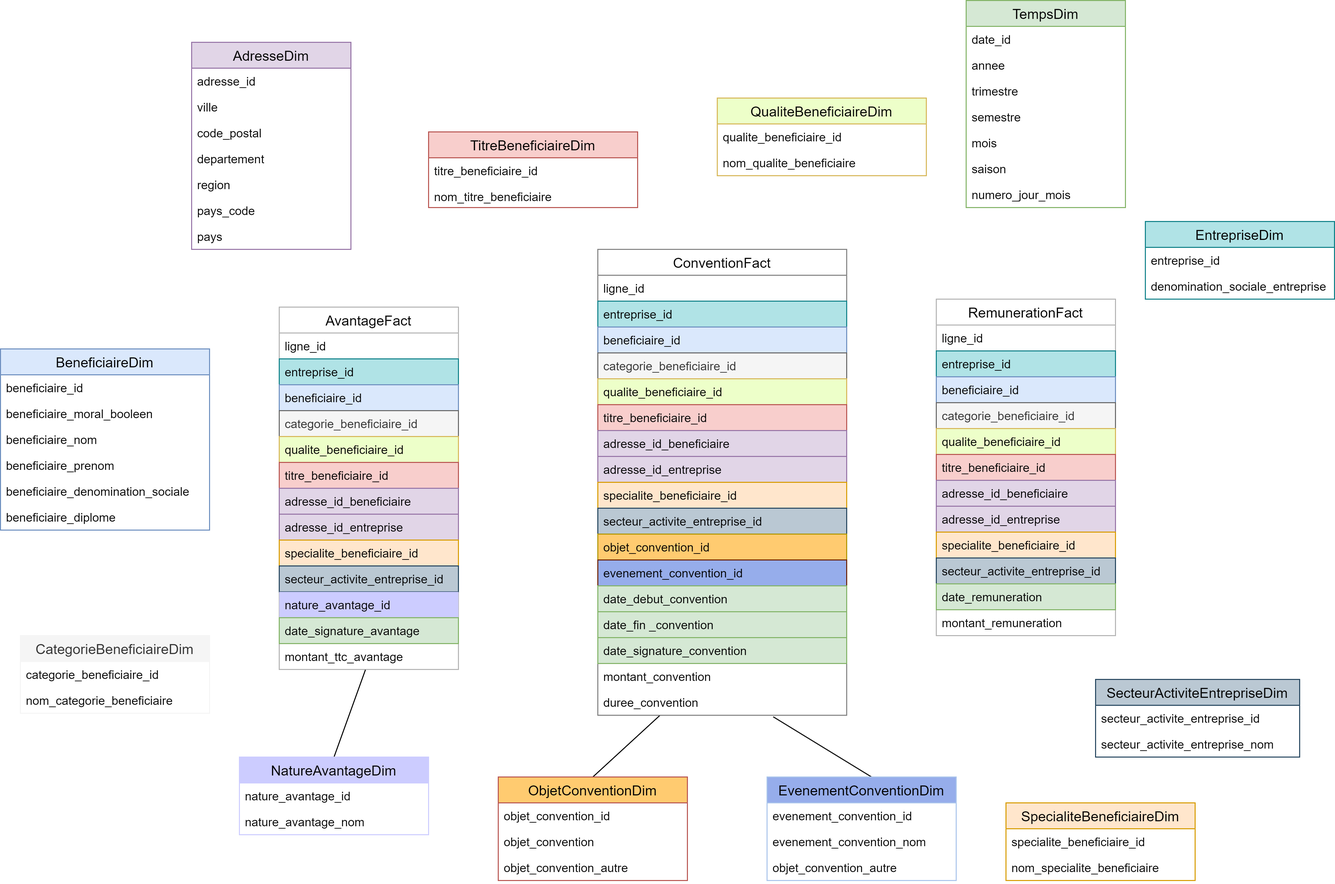
This is doc/img/dw.png from DorianNaaji/Transparence-Sante, a draw.io export, as it was before one commit. Source tidied: cells renumbered, new cells last; positions are measured from the earlier drawing's top-left corner, leaving out a move shared by most shapes.
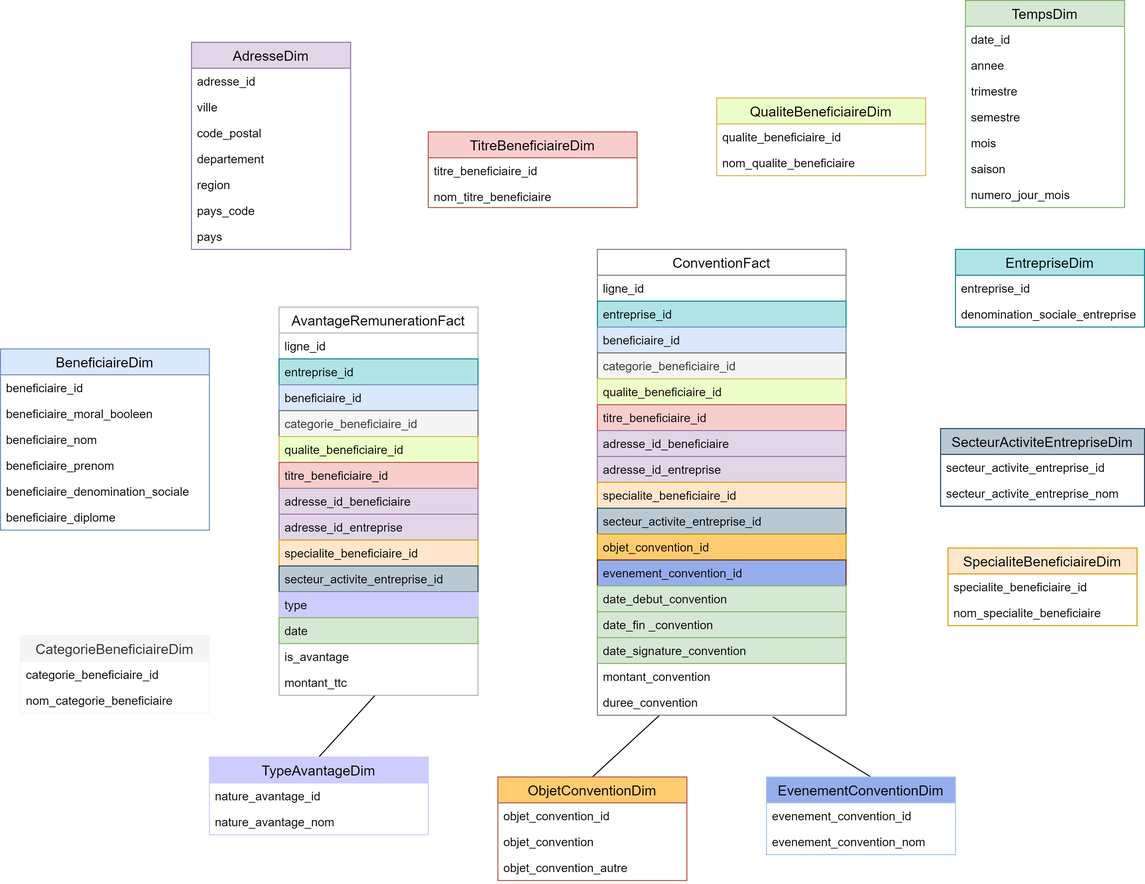
Later version of the same file.

Change to the diagram source:
```diff
@@ -26,98 +26,62 @@
     <mxCell id="9" value="pays" style="text;strokeColor=none;fillColor=none;spacingLeft=4;spacingRight=4;overflow=hidden;fontSize=12;" parent="2" vertex="1">
       <mxGeometry y="182" width="160" height="26" as="geometry" />
     </mxCell>
-    <mxCell id="10" value="AvantageFact" style="swimlane;fontStyle=0;horizontal=1;startSize=26;align=center;fontSize=14;fillColor=none;strokeColor=#B3B3B3;" parent="1" vertex="1">
-      <mxGeometry x="280" y="308" width="180" height="364" as="geometry" />
+    <mxCell id="10" value="AvantageRemunerationFact" style="swimlane;fontStyle=0;horizontal=1;startSize=26;align=center;fontSize=14;fillColor=none;strokeColor=#B3B3B3;" parent="1" vertex="1">
+      <mxGeometry x="280" y="308" width="200" height="390" as="geometry" />
     </mxCell>
     <mxCell id="11" value="ligne_id" style="text;strokeColor=none;fillColor=none;spacingLeft=4;spacingRight=4;overflow=hidden;fontSize=12;" parent="10" vertex="1">
-      <mxGeometry y="26" width="180" height="26" as="geometry" />
+      <mxGeometry y="26" width="200" height="26" as="geometry" />
     </mxCell>
     <mxCell id="12" value="entreprise_id" style="text;strokeColor=#0e8088;fillColor=#b0e3e6;spacingLeft=4;spacingRight=4;overflow=hidden;fontSize=12;" parent="10" vertex="1">
-      <mxGeometry y="52" width="180" height="26" as="geometry" />
+      <mxGeometry y="52" width="200" height="26" as="geometry" />
     </mxCell>
     <mxCell id="13" value="beneficiaire_id" style="text;strokeColor=#6c8ebf;fillColor=#dae8fc;spacingLeft=4;spacingRight=4;overflow=hidden;fontSize=12;" parent="10" vertex="1">
-      <mxGeometry y="78" width="180" height="26" as="geometry" />
+      <mxGeometry y="78" width="200" height="26" as="geometry" />
     </mxCell>
     <mxCell id="14" value="categorie_beneficiaire_id" style="text;strokeColor=#666666;fillColor=#f5f5f5;spacingLeft=4;spacingRight=4;overflow=hidden;fontSize=12;fontColor=#333333;" parent="10" vertex="1">
-      <mxGeometry y="104" width="180" height="26" as="geometry" />
+      <mxGeometry y="104" width="200" height="26" as="geometry" />
     </mxCell>
     <mxCell id="15" value="qualite_beneficiaire_id" style="text;strokeColor=#d6b656;fillColor=#EDFFC9;spacingLeft=4;spacingRight=4;overflow=hidden;fontSize=12;" parent="10" vertex="1">
-      <mxGeometry y="130" width="180" height="26" as="geometry" />
+      <mxGeometry y="130" width="200" height="26" as="geometry" />
     </mxCell>
     <mxCell id="16" value="titre_beneficiaire_id" style="text;strokeColor=#b85450;fillColor=#f8cecc;spacingLeft=4;spacingRight=4;overflow=hidden;fontSize=12;" parent="10" vertex="1">
-      <mxGeometry y="156" width="180" height="26" as="geometry" />
+      <mxGeometry y="156" width="200" height="26" as="geometry" />
     </mxCell>
     <mxCell id="17" value="adresse_id_beneficiaire" style="text;strokeColor=#9673a6;fillColor=#e1d5e7;spacingLeft=4;spacingRight=4;overflow=hidden;fontSize=12;" parent="10" vertex="1">
-      <mxGeometry y="182" width="180" height="26" as="geometry" />
+      <mxGeometry y="182" width="200" height="26" as="geometry" />
     </mxCell>
     <mxCell id="18" value="adresse_id_entreprise" style="text;strokeColor=#9673a6;fillColor=#e1d5e7;spacingLeft=4;spacingRight=4;overflow=hidden;fontSize=12;" parent="10" vertex="1">
-      <mxGeometry y="208" width="180" height="26" as="geometry" />
+      <mxGeometry y="208" width="200" height="26" as="geometry" />
     </mxCell>
     <mxCell id="19" value="specialite_beneficiaire_id" style="text;strokeColor=#d79b00;fillColor=#ffe6cc;spacingLeft=4;spacingRight=4;overflow=hidden;fontSize=12;" parent="10" vertex="1">
-      <mxGeometry y="234" width="180" height="26" as="geometry" />
+      <mxGeometry y="234" width="200" height="26" as="geometry" />
     </mxCell>
     <mxCell id="20" value="secteur_activite_entreprise_id" style="text;strokeColor=#23445d;fillColor=#bac8d3;spacingLeft=4;spacingRight=4;overflow=hidden;fontSize=12;" parent="10" vertex="1">
-      <mxGeometry y="260" width="180" height="26" as="geometry" />
+      <mxGeometry y="260" width="200" height="26" as="geometry" />
     </mxCell>
-    <mxCell id="21" value="nature_avantage_id" style="text;strokeColor=none;fillColor=#CCCCFF;spacingLeft=4;spacingRight=4;overflow=hidden;fontSize=12;" parent="10" vertex="1">
-      <mxGeometry y="286" width="180" height="26" as="geometry" />
+    <mxCell id="21" value="type" style="text;strokeColor=none;fillColor=#CCCCFF;spacingLeft=4;spacingRight=4;overflow=hidden;fontSize=12;" parent="10" vertex="1">
+      <mxGeometry y="286" width="200" height="26" as="geometry" />
     </mxCell>
-    <mxCell id="22" value="date_signature_avantage" style="text;strokeColor=#82b366;fillColor=#d5e8d4;spacingLeft=4;spacingRight=4;overflow=hidden;fontSize=12;" parent="10" vertex="1">
-      <mxGeometry y="312" width="180" height="26" as="geometry" />
+    <mxCell id="22" value="date" style="text;strokeColor=#82b366;fillColor=#d5e8d4;spacingLeft=4;spacingRight=4;overflow=hidden;fontSize=12;" parent="10" vertex="1">
+      <mxGeometry y="312" width="200" height="26" as="geometry" />
     </mxCell>
+    <mxCell id="103" value="is_avantage" style="text;strokeColor=none;fillColor=none;spacingLeft=4;spacingRight=4;overflow=hidden;fontSize=12;" parent="10" vertex="1">
+      <mxGeometry y="338" width="200" height="26" as="geometry" />
+    </mxCell>
-    <mxCell id="23" value="montant_ttc_avantage" style="text;strokeColor=none;fillColor=none;spacingLeft=4;spacingRight=4;overflow=hidden;points=[[0,0.5],[1,0.5]];portConstraint=eastwest;fontSize=12;" parent="10" vertex="1">
-      <mxGeometry y="338" width="180" height="26" as="geometry" />
+    <mxCell id="23" value="montant_ttc" style="text;strokeColor=none;fillColor=none;spacingLeft=4;spacingRight=4;overflow=hidden;points=[[0,0.5],[1,0.5]];portConstraint=eastwest;fontSize=12;" parent="10" vertex="1">
+      <mxGeometry y="364" width="200" height="26" as="geometry" />
     </mxCell>
-    <mxCell id="24" value="RemunerationFact" style="swimlane;fontStyle=0;horizontal=1;startSize=26;align=center;fontSize=14;fillColor=none;strokeColor=#B3B3B3;" parent="1" vertex="1">
-      <mxGeometry x="940" y="300" width="180" height="338" as="geometry" />
-    </mxCell>
-    <mxCell id="25" value="ligne_id" style="text;strokeColor=none;fillColor=none;spacingLeft=4;spacingRight=4;overflow=hidden;fontSize=12;" parent="24" vertex="1">
-      <mxGeometry y="26" width="180" height="26" as="geometry" />
-    </mxCell>
-    <mxCell id="26" value="entreprise_id" style="text;strokeColor=#0e8088;fillColor=#b0e3e6;spacingLeft=4;spacingRight=4;overflow=hidden;fontSize=12;" parent="24" vertex="1">
-      <mxGeometry y="52" width="180" height="26" as="geometry" />
-    </mxCell>
-    <mxCell id="27" value="beneficiaire_id" style="text;strokeColor=#6c8ebf;fillColor=#dae8fc;spacingLeft=4;spacingRight=4;overflow=hidden;fontSize=12;" parent="24" vertex="1">
-      <mxGeometry y="78" width="180" height="26" as="geometry" />
-    </mxCell>
-    <mxCell id="28" value="categorie_beneficiaire_id" style="text;strokeColor=#666666;fillColor=#f5f5f5;spacingLeft=4;spacingRight=4;overflow=hidden;fontSize=12;fontColor=#333333;" parent="24" vertex="1">
-      <mxGeometry y="104" width="180" height="26" as="geometry" />
-    </mxCell>
-    <mxCell id="29" value="qualite_beneficiaire_id" style="text;strokeColor=#d6b656;fillColor=#EDFFC9;spacingLeft=4;spacingRight=4;overflow=hidden;fontSize=12;" parent="24" vertex="1">
-      <mxGeometry y="130" width="180" height="26" as="geometry" />
-    </mxCell>
-    <mxCell id="30" value="titre_beneficiaire_id" style="text;strokeColor=#b85450;fillColor=#f8cecc;spacingLeft=4;spacingRight=4;overflow=hidden;fontSize=12;" parent="24" vertex="1">
-      <mxGeometry y="156" width="180" height="26" as="geometry" />
-    </mxCell>
-    <mxCell id="31" value="adresse_id_beneficiaire" style="text;strokeColor=#9673a6;fillColor=#e1d5e7;spacingLeft=4;spacingRight=4;overflow=hidden;fontSize=12;" parent="24" vertex="1">
-      <mxGeometry y="182" width="180" height="26" as="geometry" />
-    </mxCell>
-    <mxCell id="32" value="adresse_id_entreprise" style="text;strokeColor=#9673a6;fillColor=#e1d5e7;spacingLeft=4;spacingRight=4;overflow=hidden;fontSize=12;" parent="24" vertex="1">
-      <mxGeometry y="208" width="180" height="26" as="geometry" />
-    </mxCell>
-    <mxCell id="33" value="specialite_beneficiaire_id" style="text;strokeColor=#d79b00;fillColor=#ffe6cc;spacingLeft=4;spacingRight=4;overflow=hidden;fontSize=12;" parent="24" vertex="1">
-      <mxGeometry y="234" width="180" height="26" as="geometry" />
-    </mxCell>
-    <mxCell id="34" value="secteur_activite_entreprise_id" style="text;strokeColor=#23445d;fillColor=#bac8d3;spacingLeft=4;spacingRight=4;overflow=hidden;fontSize=12;" parent="24" vertex="1">
-      <mxGeometry y="260" width="180" height="26" as="geometry" />
-    </mxCell>
-    <mxCell id="35" value="date_remuneration" style="text;strokeColor=#82b366;fillColor=#d5e8d4;spacingLeft=4;spacingRight=4;overflow=hidden;fontSize=12;" parent="24" vertex="1">
-      <mxGeometry y="286" width="180" height="26" as="geometry" />
-    </mxCell>
-    <mxCell id="36" value="montant_remuneration" style="text;strokeColor=none;fillColor=none;spacingLeft=4;spacingRight=4;overflow=hidden;fontSize=12;" parent="24" vertex="1">
-      <mxGeometry y="312" width="180" height="26" as="geometry" />
-    </mxCell>
     <mxCell id="37" style="edgeStyle=none;rounded=0;jettySize=auto;html=1;exitX=0.5;exitY=0;exitDx=0;exitDy=0;endArrow=none;endFill=0;entryX=0.481;entryY=1.013;entryDx=0;entryDy=0;entryPerimeter=0;" parent="1" edge="1" source="38" target="23">
       <mxGeometry relative="1" as="geometry" />
     </mxCell>
-    <mxCell id="38" value="NatureAvantageDim" style="swimlane;fontStyle=0;horizontal=1;startSize=26;align=center;fontSize=14;strokeColor=#CCCCFF;fillColor=#CCCCFF;" parent="1" vertex="1">
-      <mxGeometry x="240" y="760" width="190" height="78" as="geometry" />
+    <mxCell id="38" value="TypeAvantageDim" style="swimlane;fontStyle=0;horizontal=1;startSize=26;align=center;fontSize=14;strokeColor=#CCCCFF;fillColor=#CCCCFF;" parent="1" vertex="1">
+      <mxGeometry x="210" y="760" width="220" height="78" as="geometry" />
     </mxCell>
     <mxCell id="39" value="nature_avantage_id" style="text;strokeColor=none;fillColor=none;spacingLeft=4;spacingRight=4;overflow=hidden;fontSize=12;" parent="38" vertex="1">
-      <mxGeometry y="26" width="190" height="26" as="geometry" />
+      <mxGeometry y="26" width="220" height="26" as="geometry" />
     </mxCell>
     <mxCell id="40" value="nature_avantage_nom" style="text;strokeColor=none;fillColor=none;spacingLeft=4;spacingRight=4;overflow=hidden;fontSize=12;" parent="38" vertex="1">
-      <mxGeometry y="52" width="190" height="26" as="geometry" />
+      <mxGeometry y="52" width="220" height="26" as="geometry" />
     </mxCell>
     <mxCell id="41" style="edgeStyle=none;rounded=0;jettySize=auto;html=1;exitX=0.5;exitY=0;exitDx=0;exitDy=0;endArrow=none;endFill=0;entryX=0.25;entryY=1;entryDx=0;entryDy=0;" parent="1" edge="1" source="81" target="43">
       <mxGeometry relative="1" as="geometry" />
@@ -182,7 +146,7 @@
       <mxGeometry y="442" width="250" height="26" as="geometry" />
     </mxCell>
     <mxCell id="61" value="SecteurActiviteEntrepriseDim" style="swimlane;fontStyle=0;horizontal=1;startSize=26;align=center;fontSize=14;fillColor=#bac8d3;strokeColor=#23445d;" parent="1" vertex="1">
-      <mxGeometry x="1100" y="682" width="205" height="78" as="geometry" />
+      <mxGeometry x="945" y="430" width="205" height="78" as="geometry" />
     </mxCell>
     <mxCell id="62" value="secteur_activite_entreprise_id" style="text;strokeColor=none;fillColor=none;spacingLeft=4;spacingRight=4;overflow=hidden;fontSize=12;" parent="61" vertex="1">
       <mxGeometry y="26" width="205" height="26" as="geometry" />
@@ -191,7 +155,7 @@
       <mxGeometry y="52" width="205" height="26" as="geometry" />
     </mxCell>
     <mxCell id="64" value="SpecialiteBeneficiaireDim" style="swimlane;fontStyle=0;horizontal=1;startSize=26;align=center;fontSize=14;strokeColor=#d79b00;fillColor=#FFE6CC;" parent="1" vertex="1">
-      <mxGeometry x="1010" y="806" width="190" height="78" as="geometry" />
+      <mxGeometry x="952.5" y="550" width="190" height="78" as="geometry" />
     </mxCell>
     <mxCell id="65" value="specialite_beneficiaire_id" style="text;strokeColor=none;fillColor=none;spacingLeft=4;spacingRight=4;overflow=hidden;fontSize=12;" parent="64" vertex="1">
       <mxGeometry y="26" width="190" height="26" as="geometry" />
@@ -254,7 +218,7 @@
       <mxGeometry y="78" width="190" height="26" as="geometry" />
     </mxCell>
     <mxCell id="85" value="EntrepriseDim" style="swimlane;fontStyle=0;horizontal=1;startSize=26;align=center;fontSize=14;fillColor=#b0e3e6;strokeColor=#0e8088;" parent="1" vertex="1">
-      <mxGeometry x="1150" y="222" width="190" height="78" as="geometry" />
+      <mxGeometry x="960" y="250" width="190" height="78" as="geometry" />
     </mxCell>
     <mxCell id="86" value="entreprise_id" style="text;strokeColor=none;fillColor=none;spacingLeft=4;spacingRight=4;overflow=hidden;fontSize=12;" parent="85" vertex="1">
       <mxGeometry y="26" width="190" height="26" as="geometry" />
@@ -263,7 +227,7 @@
       <mxGeometry y="52" width="190" height="26" as="geometry" />
     </mxCell>
     <mxCell id="88" value="EvenementConventionDim" style="swimlane;fontStyle=0;horizontal=1;startSize=26;align=center;fontSize=14;strokeColor=#A9C4EB;fillColor=#96ADEB;" parent="1" vertex="1">
-      <mxGeometry x="770" y="780" width="190" height="104" as="geometry" />
+      <mxGeometry x="770" y="780" width="190" height="78" as="geometry" />
     </mxCell>
     <mxCell id="89" value="evenement_convention_id" style="text;strokeColor=none;fillColor=none;spacingLeft=4;spacingRight=4;overflow=hidden;fontSize=12;" parent="88" vertex="1">
       <mxGeometry y="26" width="190" height="26" as="geometry" />
@@ -271,9 +235,6 @@
     <mxCell id="90" value="evenement_convention_nom" style="text;strokeColor=none;fillColor=none;spacingLeft=4;spacingRight=4;overflow=hidden;fontSize=12;" parent="88" vertex="1">
       <mxGeometry y="52" width="190" height="26" as="geometry" />
     </mxCell>
-    <mxCell id="91" value="objet_convention_autre" style="text;strokeColor=none;fillColor=none;spacingLeft=4;spacingRight=4;overflow=hidden;fontSize=12;" parent="88" vertex="1">
-      <mxGeometry y="78" width="190" height="26" as="geometry" />
-    </mxCell>
     <mxCell id="92" value="CategorieBeneficiaireDim" style="swimlane;fontStyle=0;horizontal=1;startSize=26;align=center;fontSize=14;fontColor=#333333;strokeColor=#F5F5F5;fillColor=#F5F5F5;" parent="1" vertex="1">
       <mxGeometry x="20" y="638" width="190" height="78" as="geometry" />
     </mxCell>
@@ -301,9 +262,6 @@
     <mxCell id="100" value="beneficiaire_denomination_sociale" style="text;strokeColor=none;fillColor=none;spacingLeft=4;spacingRight=4;overflow=hidden;points=[[0,0.5],[1,0.5]];portConstraint=eastwest;fontSize=12;" parent="95" vertex="1">
       <mxGeometry y="130" width="210" height="26" as="geometry" />
     </mxCell>
-    <mxCell id="101" style="edgeStyle=orthogonalEdgeStyle;rounded=0;orthogonalLoop=1;jettySize=auto;html=1;exitX=1;exitY=0.5;exitDx=0;exitDy=0;" parent="95" edge="1" source="100" target="100">
-      <mxGeometry relative="1" as="geometry" />
-    </mxCell>
     <mxCell id="102" value="beneficiaire_diplome" style="text;strokeColor=none;fillColor=none;spacingLeft=4;spacingRight=4;overflow=hidden;fontSize=12;" parent="95" vertex="1">
       <mxGeometry y="156" width="210" height="26" as="geometry" />
     </mxCell>
```
